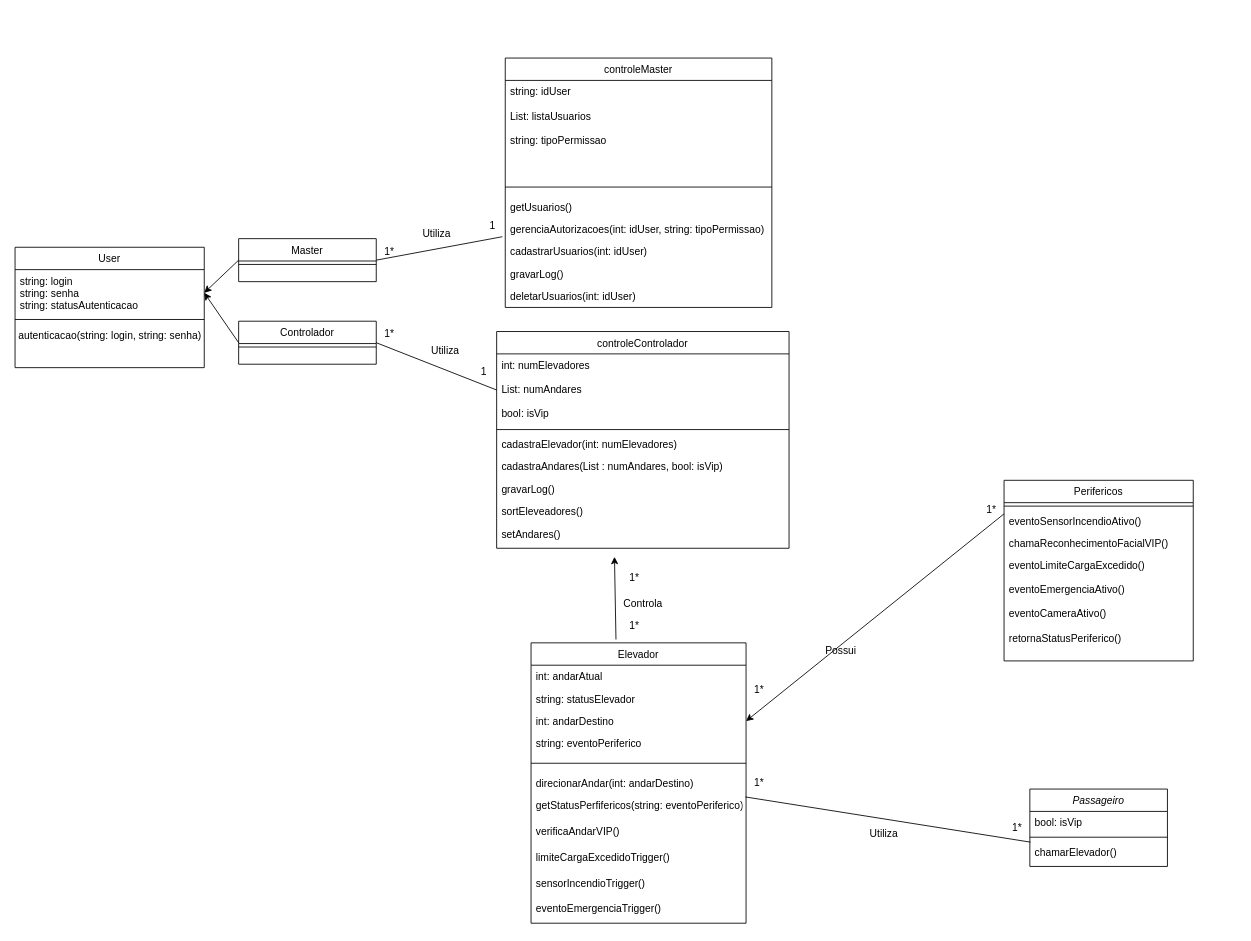
EnzoPellegrini/ElevadorProject keeps this draw.io diagram as diagrama-de-classes.drawio. Above is the earlier version. Source tidied: cells renumbered, new cells numbered last; positions are measured from the earlier drawing's top-left corner, leaving out a move shared by most shapes. Both pictures are drawn from the tidied source at 86%, with x=0, y=0 at pixel (15, 58).
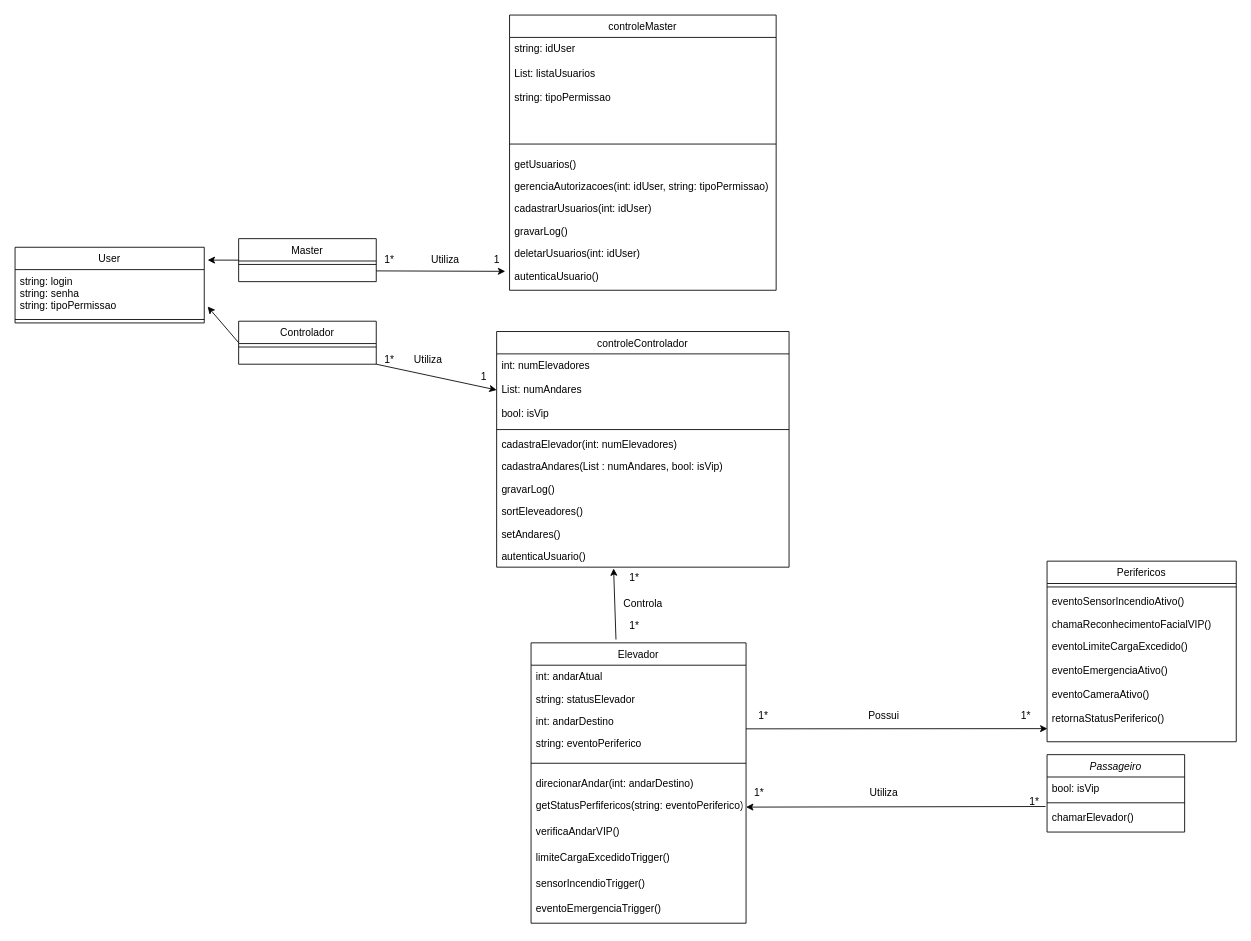
The same diagram, later.

The change refers to these unchanged cells:
```xml
<mxCell id="5" value="chamarElevador()" style="text;align=left;verticalAlign=top;spacingLeft=4;spacingRight=4;overflow=hidden;points=[[0,0.5],[1,0.5]];portConstraint=eastwest;" parent="2" vertex="1">
  <mxGeometry y="60" width="160" height="26" as="geometry" />
</mxCell>
<mxCell id="6" value="Controlador" style="swimlane;fontStyle=0;align=center;verticalAlign=top;horizontal=1;startSize=26;rounded=0;shadow=0;strokeWidth=1;" parent="1" vertex="1">
  <mxGeometry x="260" y="306" width="160" height="50" as="geometry" />
</mxCell>
<mxCell id="8" value="Master" style="swimlane;fontStyle=0;align=center;verticalAlign=top;horizontal=1;startSize=26;rounded=0;shadow=0;strokeWidth=1;" parent="1" vertex="1">
  <mxGeometry x="260" y="210" width="160" height="50" as="geometry" />
</mxCell>
<mxCell id="14" value="eventoLimiteCargaExcedido()&#10;&#10;eventoEmergenciaAtivo()&#10;&#10;eventoCameraAtivo()&#10;&#10;retornaStatusPeriferico()" style="text;align=left;verticalAlign=top;spacingLeft=4;spacingRight=4;overflow=hidden;points=[[0,0.5],[1,0.5]];portConstraint=eastwest;" parent="10" vertex="1">
  <mxGeometry y="86" width="220" height="124" as="geometry" />
</mxCell>
<mxCell id="15" value="Elevador" style="swimlane;fontStyle=0;align=center;verticalAlign=top;horizontal=1;startSize=26;rounded=0;shadow=0;strokeWidth=1;" parent="1" vertex="1">
  <mxGeometry x="600" y="680" width="250" height="326" as="geometry" />
</mxCell>
<mxCell id="18" value="int: andarDestino&#10;" style="text;align=left;verticalAlign=top;spacingLeft=4;spacingRight=4;overflow=hidden;points=[[0,0.5],[1,0.5]];portConstraint=eastwest;rounded=0;shadow=0;html=0;" parent="15" vertex="1">
  <mxGeometry y="78" width="250" height="26" as="geometry" />
</mxCell>
<mxCell id="22" value="getStatusPerfifericos(string: eventoPeriferico)" style="text;align=left;verticalAlign=top;spacingLeft=4;spacingRight=4;overflow=hidden;points=[[0,0.5],[1,0.5]];portConstraint=eastwest;" parent="15" vertex="1">
  <mxGeometry y="176" width="250" height="30" as="geometry" />
</mxCell>
<mxCell id="28" value="int: numElevadores&#10;&#10;List: numAndares&#10;&#10;bool: isVip" style="text;align=left;verticalAlign=top;spacingLeft=4;spacingRight=4;overflow=hidden;points=[[0,0.5],[1,0.5]];portConstraint=eastwest;" parent="27" vertex="1">
  <mxGeometry y="26" width="340" height="84" as="geometry" />
</mxCell>
<mxCell id="55" value="gerenciaAutorizacoes(int: idUser, string: tipoPermissao)" style="text;align=left;verticalAlign=top;spacingLeft=4;spacingRight=4;overflow=hidden;points=[[0,0.5],[1,0.5]];portConstraint=eastwest;" parent="51" vertex="1">
  <mxGeometry y="186" width="310" height="26" as="geometry" />
</mxCell>
```

Change to the diagram source:
```diff
@@
     <mxCell id="2" value="Passageiro" style="swimlane;fontStyle=2;align=center;verticalAlign=top;horizontal=1;startSize=26;rounded=0;shadow=0;strokeWidth=1;" parent="1" vertex="1">
-      <mxGeometry x="1180" y="850" width="160" height="90" as="geometry" />
+      <mxGeometry x="1200" y="810" width="160" height="90" as="geometry" />
     </mxCell>
@@
     <mxCell id="10" value="Perifericos" style="swimlane;fontStyle=0;align=center;verticalAlign=top;horizontal=1;startSize=26;rounded=0;shadow=0;strokeWidth=1;" parent="1" vertex="1">
-      <mxGeometry x="1150" y="491" width="220" height="210" as="geometry" />
+      <mxGeometry x="1200" y="585" width="220" height="210" as="geometry" />
     </mxCell>
@@
     <mxCell id="27" value="controleControlador" style="swimlane;fontStyle=0;align=center;verticalAlign=top;horizontal=1;startSize=26;rounded=0;shadow=0;strokeWidth=1;" parent="1" vertex="1">
-      <mxGeometry x="560" y="318" width="340" height="252" as="geometry" />
+      <mxGeometry x="560" y="318" width="340" height="274" as="geometry" />
     </mxCell>
@@
+    <mxCell id="69" value="autenticaUsuario()" style="text;align=left;verticalAlign=top;spacingLeft=4;spacingRight=4;overflow=hidden;points=[[0,0.5],[1,0.5]];portConstraint=eastwest;" parent="27" vertex="1">
+      <mxGeometry y="248" width="340" height="26" as="geometry" />
+    </mxCell>
     <mxCell id="35" value="User" style="swimlane;fontStyle=0;align=center;verticalAlign=top;horizontal=1;startSize=26;rounded=0;shadow=0;strokeWidth=1;" parent="1" vertex="1">
-      <mxGeometry y="220" width="220" height="140" as="geometry" />
+      <mxGeometry y="220" width="220" height="88" as="geometry" />
     </mxCell>
-    <mxCell id="36" value="string: login&#10;string: senha&#10;string: statusAutenticacao" style="text;align=left;verticalAlign=top;spacingLeft=4;spacingRight=4;overflow=hidden;points=[[0,0.5],[1,0.5]];portConstraint=eastwest;" parent="35" vertex="1">
+    <mxCell id="36" value="string: login&#10;string: senha&#10;string: tipoPermissao" style="text;align=left;verticalAlign=top;spacingLeft=4;spacingRight=4;overflow=hidden;points=[[0,0.5],[1,0.5]];portConstraint=eastwest;" parent="35" vertex="1">
       <mxGeometry y="26" width="220" height="54" as="geometry" />
     </mxCell>
@@
-    <mxCell id="38" value="autenticacao(string: login, string: senha)" style="text;html=1;align=center;verticalAlign=middle;strokeColor=none;fillColor=none;" parent="35" vertex="1">
-      <mxGeometry y="88" width="220" height="30" as="geometry" />
-    </mxCell>
-    <mxCell id="39" style="endArrow=classic;html=1;rounded=0;entryX=1;entryY=0.5;entryDx=0;entryDy=0;exitX=0;exitY=0.5;exitDx=0;exitDy=0;" parent="1" edge="1" source="8" target="36">
+    <mxCell id="39" style="endArrow=classic;html=1;rounded=0;entryX=1.018;entryY=0.17;entryDx=0;entryDy=0;exitX=0;exitY=0.5;exitDx=0;exitDy=0;entryPerimeter=0;" parent="1" edge="1" source="8" target="35">
       <mxGeometry relative="1" as="geometry" />
     </mxCell>
-    <mxCell id="40" style="endArrow=classic;html=1;rounded=0;entryX=1;entryY=0.5;entryDx=0;entryDy=0;exitX=0;exitY=0.5;exitDx=0;exitDy=0;" parent="1" edge="1" source="6" target="36">
+    <mxCell id="40" style="endArrow=classic;html=1;rounded=0;entryX=1.018;entryY=0.796;entryDx=0;entryDy=0;exitX=0;exitY=0.5;exitDx=0;exitDy=0;entryPerimeter=0;" parent="1" edge="1" source="6" target="36">
       <mxGeometry relative="1" as="geometry" />
     </mxCell>
-    <mxCell id="41" style="endArrow=none;html=1;rounded=0;exitX=1;exitY=0.5;exitDx=0;exitDy=0;entryX=-0.011;entryY=0.837;entryDx=0;entryDy=0;entryPerimeter=0;" parent="1" edge="1" source="8" target="55">
-      <mxGeometry relative="1" as="geometry" />
-    </mxCell>
-    <mxCell id="42" style="endArrow=none;html=1;rounded=0;exitX=1;exitY=0.5;exitDx=0;exitDy=0;entryX=0;entryY=0.5;entryDx=0;entryDy=0;" parent="1" edge="1" source="6" target="28">
-      <mxGeometry relative="1" as="geometry" />
-    </mxCell>
-    <mxCell id="43" style="endArrow=none;html=1;rounded=0;exitX=0.997;exitY=0.106;exitDx=0;exitDy=0;entryX=0.005;entryY=0.067;entryDx=0;entryDy=0;exitPerimeter=0;entryPerimeter=0;" parent="1" edge="1" source="22" target="5">
-      <mxGeometry relative="1" as="geometry" />
-    </mxCell>
     <mxCell id="44" value="Utiliza" style="text;html=1;align=center;verticalAlign=middle;strokeColor=none;fillColor=none;" parent="1" vertex="1">
-      <mxGeometry x="980" y="887" width="60" height="30" as="geometry" />
+      <mxGeometry x="980" y="840" width="60" height="30" as="geometry" />
     </mxCell>
     <mxCell id="45" value="1*" style="text;html=1;align=center;verticalAlign=middle;strokeColor=none;fillColor=none;" parent="1" vertex="1">
-      <mxGeometry x="1150" y="880" width="30" height="30" as="geometry" />
+      <mxGeometry x="1170" y="850" width="30" height="30" as="geometry" />
     </mxCell>
     <mxCell id="46" value="1*" style="text;html=1;align=center;verticalAlign=middle;strokeColor=none;fillColor=none;" parent="1" vertex="1">
-      <mxGeometry x="850" y="828" width="30" height="30" as="geometry" />
+      <mxGeometry x="850" y="840" width="30" height="30" as="geometry" />
     </mxCell>
     <mxCell id="47" value="Possui" style="text;html=1;align=center;verticalAlign=middle;strokeColor=none;fillColor=none;" parent="1" vertex="1">
-      <mxGeometry x="930" y="675" width="60" height="30" as="geometry" />
+      <mxGeometry x="980" y="750" width="60" height="30" as="geometry" />
     </mxCell>
     <mxCell id="48" value="1*" style="text;html=1;align=center;verticalAlign=middle;strokeColor=none;fillColor=none;" parent="1" vertex="1">
-      <mxGeometry x="1120" y="510" width="30" height="30" as="geometry" />
+      <mxGeometry x="1160" y="750" width="30" height="30" as="geometry" />
     </mxCell>
     <mxCell id="49" value="1*" style="text;html=1;align=center;verticalAlign=middle;strokeColor=none;fillColor=none;" parent="1" vertex="1">
-      <mxGeometry x="850" y="720" width="30" height="30" as="geometry" />
+      <mxGeometry x="855" y="750" width="30" height="30" as="geometry" />
     </mxCell>
-    <mxCell id="50" style="endArrow=classic;html=1;rounded=0;entryX=1;entryY=0.5;entryDx=0;entryDy=0;exitX=0;exitY=0.5;exitDx=0;exitDy=0;" parent="1" edge="1" target="18">
-      <mxGeometry relative="1" as="geometry">
-        <mxPoint x="1150" y="530" as="sourcePoint" />
-      </mxGeometry>
-    </mxCell>
     <mxCell id="51" value="controleMaster" style="swimlane;fontStyle=0;align=center;verticalAlign=top;horizontal=1;startSize=26;rounded=0;shadow=0;strokeWidth=1;" parent="1" vertex="1">
-      <mxGeometry x="570" width="310" height="290" as="geometry" />
+      <mxGeometry x="575" y="-50" width="310" height="320" as="geometry" />
     </mxCell>
@@
+    <mxCell id="70" value="autenticaUsuario()" style="text;align=left;verticalAlign=top;spacingLeft=4;spacingRight=4;overflow=hidden;" parent="51" vertex="1">
+      <mxGeometry y="290" width="310" height="26" as="geometry" />
+    </mxCell>
-    <mxCell id="59" style="endArrow=classic;html=1;rounded=0;exitX=0.395;exitY=-0.012;exitDx=0;exitDy=0;exitPerimeter=0;" parent="1" edge="1" source="15">
-      <mxGeometry relative="1" as="geometry">
-        <mxPoint x="697" y="580" as="targetPoint" />
-      </mxGeometry>
+    <mxCell id="59" style="endArrow=classic;html=1;rounded=0;exitX=0.395;exitY=-0.012;exitDx=0;exitDy=0;exitPerimeter=0;entryX=0.4;entryY=1.057;entryDx=0;entryDy=0;entryPerimeter=0;" parent="1" edge="1" source="15" target="69">
+      <mxGeometry relative="1" as="geometry" />
     </mxCell>
@@
     <mxCell id="63" value="Utiliza" style="text;html=1;align=center;verticalAlign=middle;strokeColor=none;fillColor=none;" parent="1" vertex="1">
-      <mxGeometry x="460" y="190" width="60" height="30" as="geometry" />
+      <mxGeometry x="470" y="220" width="60" height="30" as="geometry" />
     </mxCell>
     <mxCell id="64" value="Utiliza" style="text;html=1;align=center;verticalAlign=middle;strokeColor=none;fillColor=none;" parent="1" vertex="1">
-      <mxGeometry x="470" y="326" width="60" height="30" as="geometry" />
+      <mxGeometry x="450" y="336" width="60" height="30" as="geometry" />
     </mxCell>
     <mxCell id="65" value="1*" style="text;html=1;align=center;verticalAlign=middle;strokeColor=none;fillColor=none;" parent="1" vertex="1">
-      <mxGeometry x="420" y="210" width="30" height="30" as="geometry" />
+      <mxGeometry x="420" y="220" width="30" height="30" as="geometry" />
     </mxCell>
     <mxCell id="66" value="1" style="text;html=1;align=center;verticalAlign=middle;strokeColor=none;fillColor=none;" parent="1" vertex="1">
-      <mxGeometry x="540" y="180" width="30" height="30" as="geometry" />
+      <mxGeometry x="545" y="220" width="30" height="30" as="geometry" />
     </mxCell>
     <mxCell id="67" value="1*" style="text;html=1;align=center;verticalAlign=middle;strokeColor=none;fillColor=none;" parent="1" vertex="1">
-      <mxGeometry x="420" y="306" width="30" height="30" as="geometry" />
+      <mxGeometry x="420" y="336" width="30" height="30" as="geometry" />
     </mxCell>
     <mxCell id="68" value="1" style="text;html=1;align=center;verticalAlign=middle;strokeColor=none;fillColor=none;" parent="1" vertex="1">
-      <mxGeometry x="530" y="350" width="30" height="30" as="geometry" />
+      <mxGeometry x="530" y="356" width="30" height="30" as="geometry" />
     </mxCell>
+    <mxCell id="42" style="endArrow=classic;html=1;rounded=0;entryX=0;entryY=0.5;entryDx=0;entryDy=0;exitX=1;exitY=1;exitDx=0;exitDy=0;" parent="1" edge="1" source="6" target="28">
+      <mxGeometry relative="1" as="geometry" />
+    </mxCell>
+    <mxCell id="71" style="endArrow=classic;html=1;rounded=0;exitX=1;exitY=0.75;exitDx=0;exitDy=0;" parent="1" edge="1" source="8">
+      <mxGeometry relative="1" as="geometry">
+        <mxPoint x="570" y="248" as="targetPoint" />
+      </mxGeometry>
+    </mxCell>
+    <mxCell id="72" style="endArrow=classic;html=1;rounded=0;entryX=0.002;entryY=0.877;entryDx=0;entryDy=0;entryPerimeter=0;" parent="1" edge="1" target="14">
+      <mxGeometry relative="1" as="geometry">
+        <mxPoint x="850" y="780" as="sourcePoint" />
+      </mxGeometry>
+    </mxCell>
+    <mxCell id="73" style="endArrow=classic;html=1;rounded=0;entryX=1;entryY=0.5;entryDx=0;entryDy=0;exitX=-0.011;exitY=0.012;exitDx=0;exitDy=0;exitPerimeter=0;" parent="1" edge="1" source="5" target="22">
+      <mxGeometry relative="1" as="geometry" />
+    </mxCell>
```
